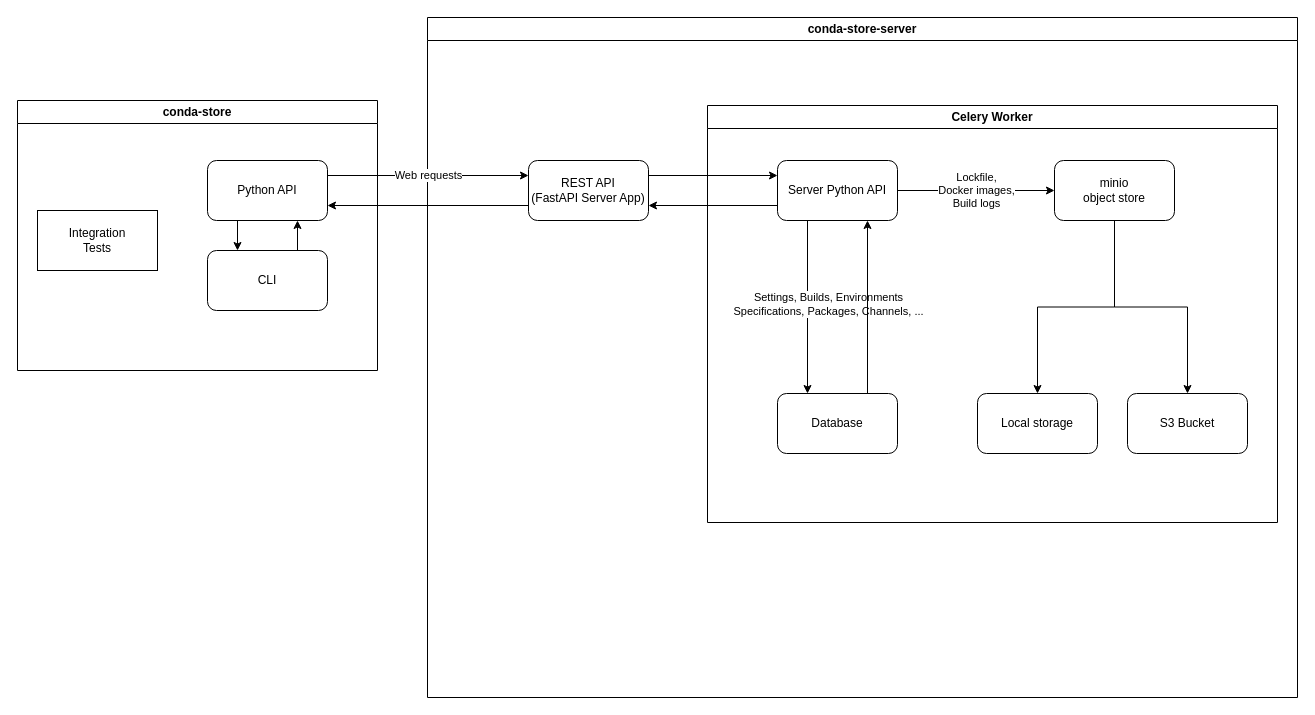
Before: docusaurus-docs/static/diagrams/architecture.drawio in peytondmurray/conda-store, a draw.io diagram. Source tidied: cells renumbered, new cells numbered last; positions are measured from the earlier drawing's top-left corner, leaving out a move shared by most shapes. Both pictures are drawn from the tidied source at 100%, with x=0, y=0 at pixel (17, 17).
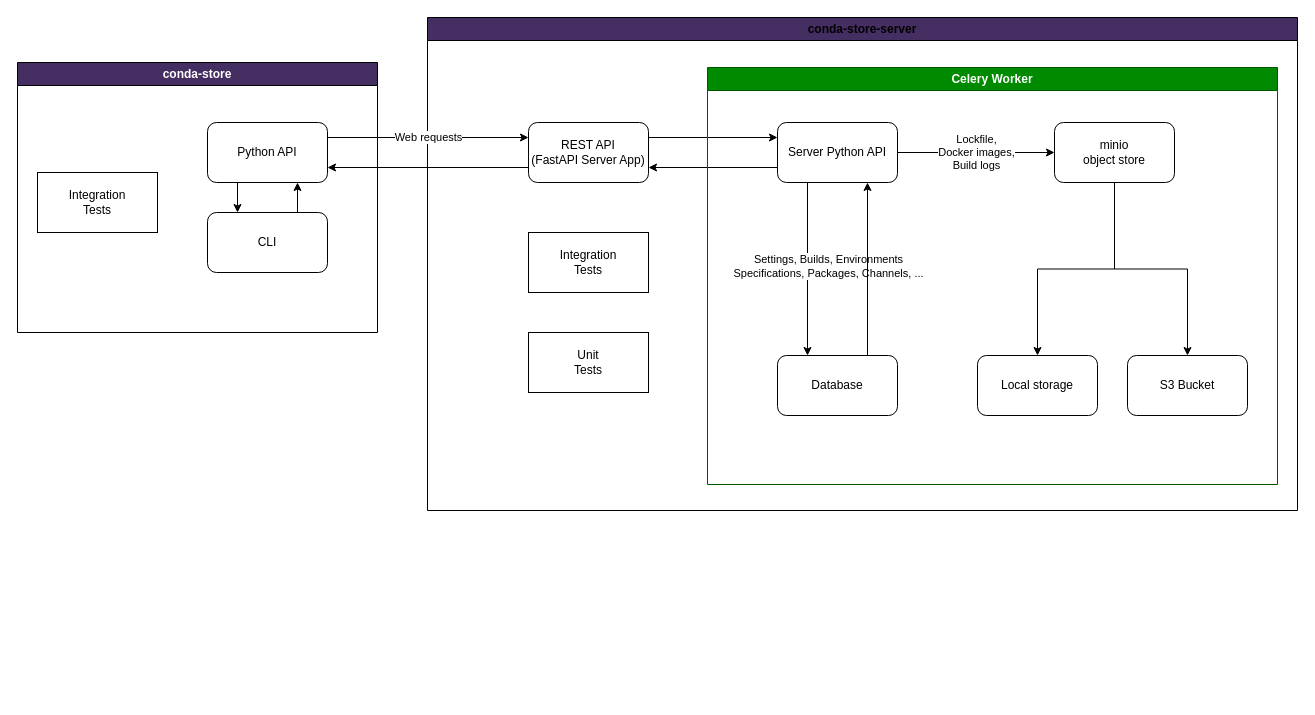
The same diagram, later.

Commit message:
Add some color to the diagram

Diff of the diagram source:
```diff
@@
-    <mxCell id="2" value="conda-store" style="swimlane;whiteSpace=wrap;html=1;" parent="1" vertex="1">
-      <mxGeometry y="83" width="360" height="270" as="geometry" />
+    <mxCell id="2" value="conda-store" style="swimlane;whiteSpace=wrap;html=1;fillColor=#452E61;fontColor=#ffffff;strokeColor=default;fillStyle=solid;swimlaneFillColor=default;" parent="1" vertex="1">
+      <mxGeometry y="45" width="360" height="270" as="geometry" />
     </mxCell>
@@
-    <mxCell id="8" value="conda-store-server" style="swimlane;whiteSpace=wrap;html=1;" parent="1" vertex="1">
-      <mxGeometry x="410" width="870" height="680" as="geometry" />
+    <mxCell id="8" value="conda-store-server" style="swimlane;whiteSpace=wrap;html=1;fillStyle=solid;fillColor=#452E61;swimlaneFillColor=default;" parent="1" vertex="1">
+      <mxGeometry x="410" width="870" height="493" as="geometry" />
     </mxCell>
@@
     <mxCell id="10" value="REST API&lt;br&gt;(FastAPI Server App)" style="rounded=1;whiteSpace=wrap;html=1;" parent="8" vertex="1">
-      <mxGeometry x="101" y="143" width="120" height="60" as="geometry" />
+      <mxGeometry x="101" y="105" width="120" height="60" as="geometry" />
     </mxCell>
@@
-    <mxCell id="12" value="Celery Worker" style="swimlane;whiteSpace=wrap;html=1;" parent="8" vertex="1">
-      <mxGeometry x="280" y="88" width="570" height="417" as="geometry" />
+    <mxCell id="12" value="Celery Worker" style="swimlane;whiteSpace=wrap;html=1;fillColor=#008a00;fontColor=#ffffff;strokeColor=#005700;swimlaneFillColor=none;" parent="8" vertex="1">
+      <mxGeometry x="280" y="50" width="570" height="417" as="geometry" />
     </mxCell>
@@
+    <mxCell id="26" value="Integration&lt;br&gt;Tests" style="rounded=0;whiteSpace=wrap;html=1;" parent="8" vertex="1">
+      <mxGeometry x="101" y="215" width="120" height="60" as="geometry" />
+    </mxCell>
+    <mxCell id="27" value="Unit&lt;br&gt;Tests" style="rounded=0;whiteSpace=wrap;html=1;" parent="8" vertex="1">
+      <mxGeometry x="101" y="315" width="120" height="60" as="geometry" />
+    </mxCell>
```
